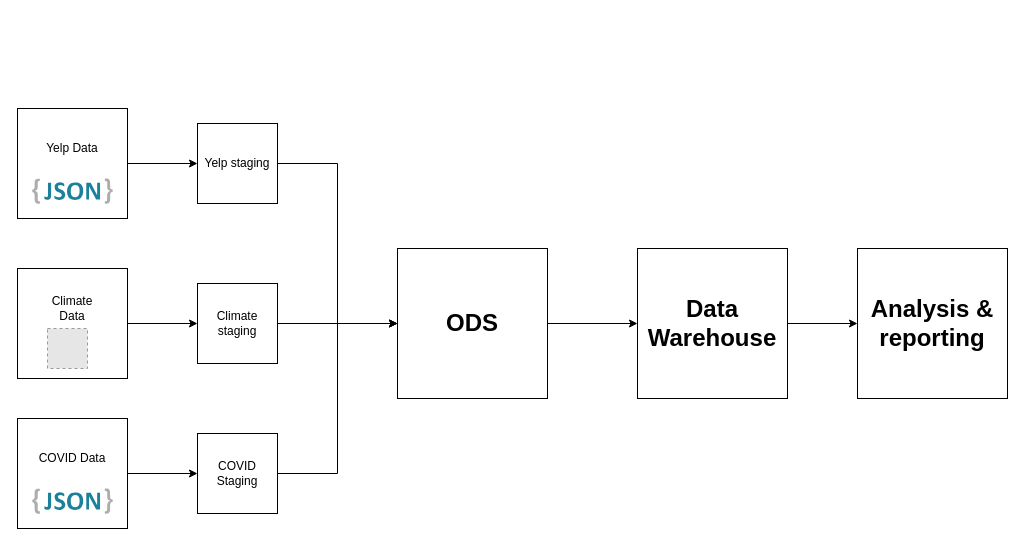
Above: Udacity/Untitled Diagram.drawio in vijaypattar28/snowflake (draw.io), before the change. Source tidied: cells renumbered, new cells numbered last; positions are measured from the earlier drawing's top-left corner, leaving out a move shared by most shapes. Both pictures are drawn from the tidied source at 100%, with x=0, y=0 at pixel (17, 108). Pictures stored in the file or linked from it are replaced by grey dashed boxes.
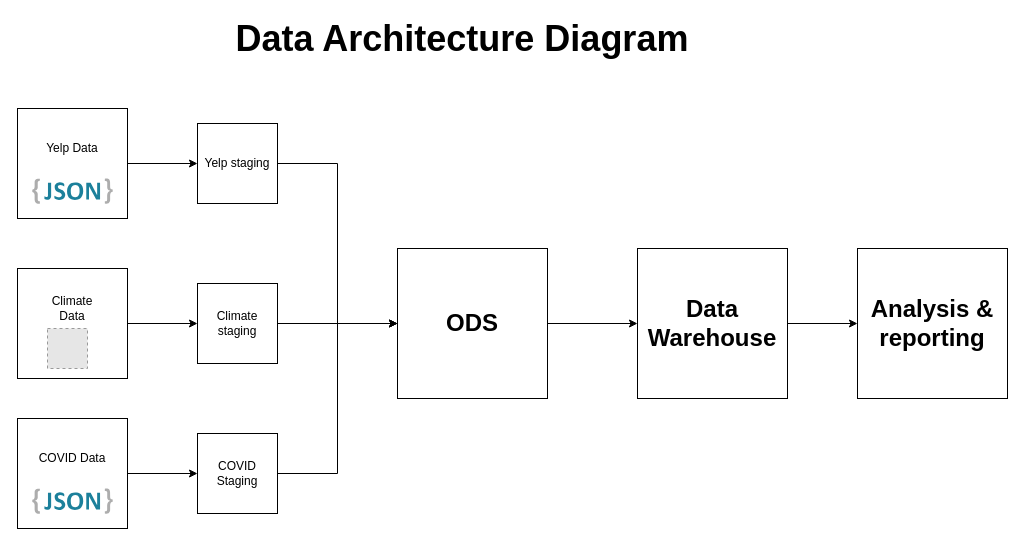
Above is the later version.

Diff of the diagram source:
```diff
@@
+    <mxCell id="25" value="&lt;font style=&quot;font-size: 36px&quot;&gt;&lt;b&gt;Data Architecture Diagram&lt;/b&gt;&lt;/font&gt;" style="text;html=1;strokeColor=none;fillColor=none;align=center;verticalAlign=middle;whiteSpace=wrap;rounded=0;" parent="1" vertex="1">
+      <mxGeometry x="190" y="-80" width="510" height="20" as="geometry" />
+    </mxCell>
```
